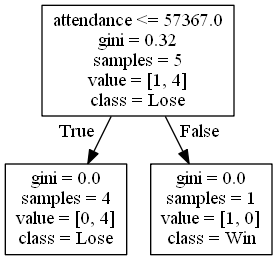
Above: DecisionTrees/Pac-12decision_tree_no_score3.png in alexana-steck/CSE482Project (Graphviz), before the change. Its source is kept beside it as DecisionTrees/Pac-12decision_tree_no_score3.dot.
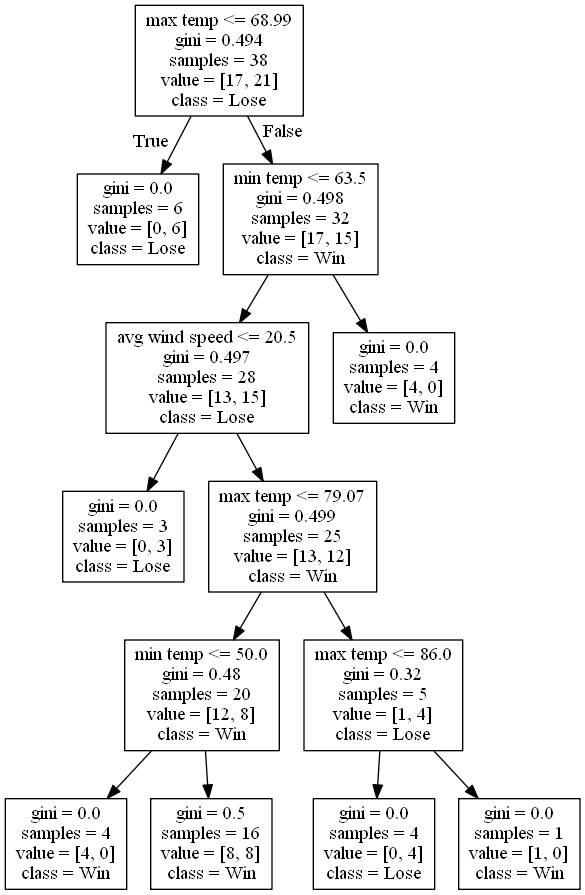
After the commit.

Diff of the diagram source:
```diff
@@ -1,8 +1,28 @@
 digraph Tree {
 node [shape=box] ;
-0 [label="attendance <= 57367.0\ngini = 0.32\nsamples = 5\nvalue = [1, 4]\nclass = Lose"] ;
-1 [label="gini = 0.0\nsamples = 4\nvalue = [0, 4]\nclass = Lose"] ;
+0 [label="max temp <= 68.99\ngini = 0.494\nsamples = 38\nvalue = [17, 21]\nclass = Lose"] ;
+1 [label="gini = 0.0\nsamples = 6\nvalue = [0, 6]\nclass = Lose"] ;
 0 -> 1 [labeldistance=2.5, labelangle=45, headlabel="True"] ;
-2 [label="gini = 0.0\nsamples = 1\nvalue = [1, 0]\nclass = Win"] ;
+2 [label="min temp <= 63.5\ngini = 0.498\nsamples = 32\nvalue = [17, 15]\nclass = Win"] ;
 0 -> 2 [labeldistance=2.5, labelangle=-45, headlabel="False"] ;
+3 [label="avg wind speed <= 20.5\ngini = 0.497\nsamples = 28\nvalue = [13, 15]\nclass = Lose"] ;
+2 -> 3 ;
+4 [label="gini = 0.0\nsamples = 3\nvalue = [0, 3]\nclass = Lose"] ;
+3 -> 4 ;
+5 [label="max temp <= 79.07\ngini = 0.499\nsamples = 25\nvalue = [13, 12]\nclass = Win"] ;
+3 -> 5 ;
+6 [label="min temp <= 50.0\ngini = 0.48\nsamples = 20\nvalue = [12, 8]\nclass = Win"] ;
+5 -> 6 ;
+7 [label="gini = 0.0\nsamples = 4\nvalue = [4, 0]\nclass = Win"] ;
+6 -> 7 ;
+8 [label="gini = 0.5\nsamples = 16\nvalue = [8, 8]\nclass = Win"] ;
+6 -> 8 ;
+9 [label="max temp <= 86.0\ngini = 0.32\nsamples = 5\nvalue = [1, 4]\nclass = Lose"] ;
+5 -> 9 ;
+10 [label="gini = 0.0\nsamples = 4\nvalue = [0, 4]\nclass = Lose"] ;
+9 -> 10 ;
+11 [label="gini = 0.0\nsamples = 1\nvalue = [1, 0]\nclass = Win"] ;
+9 -> 11 ;
+12 [label="gini = 0.0\nsamples = 4\nvalue = [4, 0]\nclass = Win"] ;
+2 -> 12 ;
 }
```
